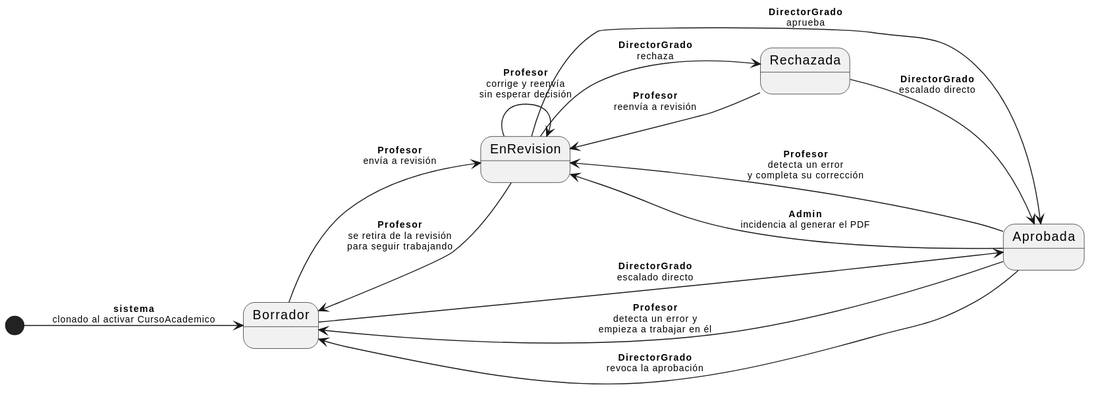
Above: images/RUP/00-modelo-del-dominio/estados-entidades/guia.svg in mmasias/pyCeldaPublico (PlantUML), before the change.
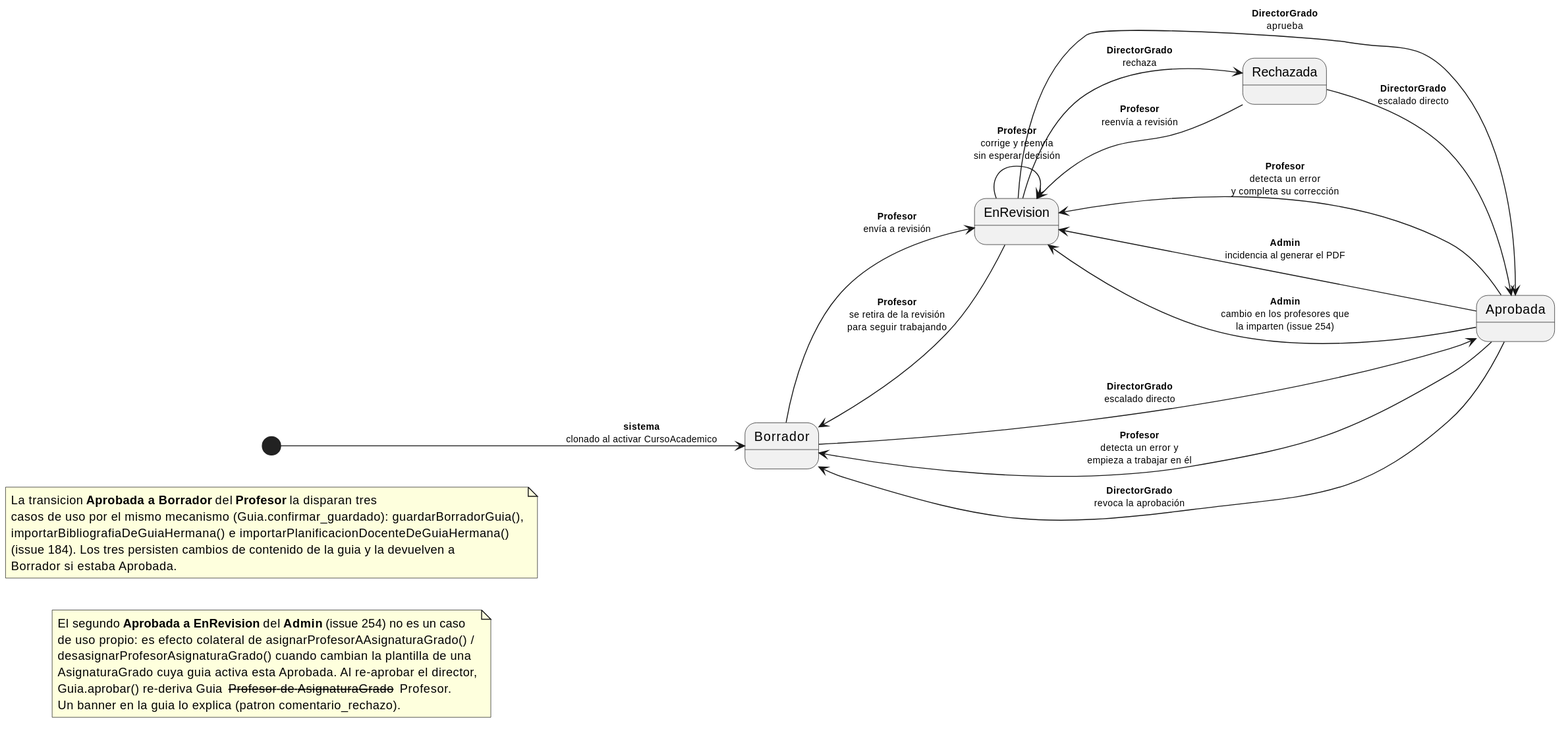
Later version of the same file.

What changed in the source:
```diff
@@ -19,4 +19,22 @@
 Aprobada --> Borrador : <sub><b>Profesor</b></sub>\n<sub>detecta un error y</sub>\n<sub>empieza a trabajar en él</sub>
 Aprobada --> Borrador : <sub><b>DirectorGrado</b></sub>\n<sub>revoca la aprobación</sub>
 Aprobada --> EnRevision : <sub><b>Admin</b></sub>\n<sub>incidencia al generar el PDF</sub>
+Aprobada --> EnRevision : <sub><b>Admin</b></sub>\n<sub>cambio en los profesores que</sub>\n<sub>la imparten (issue 254)</sub>
+
+note as N2
+  El segundo <b>Aprobada a EnRevision</b> del <b>Admin</b> (issue 254) no es un caso
+  de uso propio: es efecto colateral de asignarProfesorAAsignaturaGrado() /
+  desasignarProfesorAsignaturaGrado() cuando cambian la plantilla de una
+  AsignaturaGrado cuya guia activa esta Aprobada. Al re-aprobar el director,
+  Guia.aprobar() re-deriva Guia -- Profesor de AsignaturaGrado -- Profesor.
+  Un banner en la guia lo explica (patron comentario_rechazo).
+end note
+
+note as N1
+  La transicion <b>Aprobada a Borrador</b> del <b>Profesor</b> la disparan tres
+  casos de uso por el mismo mecanismo (Guia.confirmar_guardado): guardarBorradorGuia(),
+  importarBibliografiaDeGuiaHermana() e importarPlanificacionDocenteDeGuiaHermana()
+  (issue 184). Los tres persisten cambios de contenido de la guia y la devuelven a
+  Borrador si estaba Aprobada.
+end note
 @enduml
```
